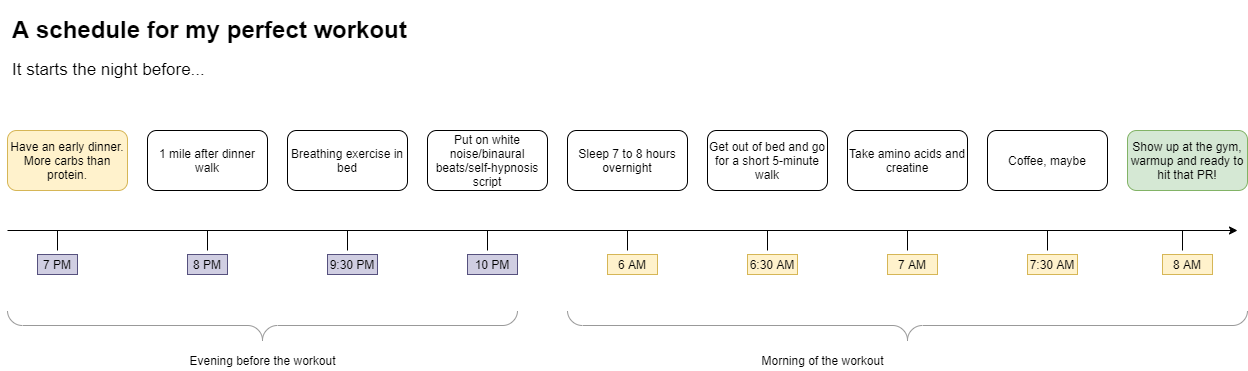
Before: pictures/routine.drawio.png, a diagram exported from draw.io (aarora79/blueberries-in-my-salad-book). Source tidied: cells renumbered, new cells last; positions are measured from the earlier drawing's top-left corner, leaving out a move shared by most shapes.
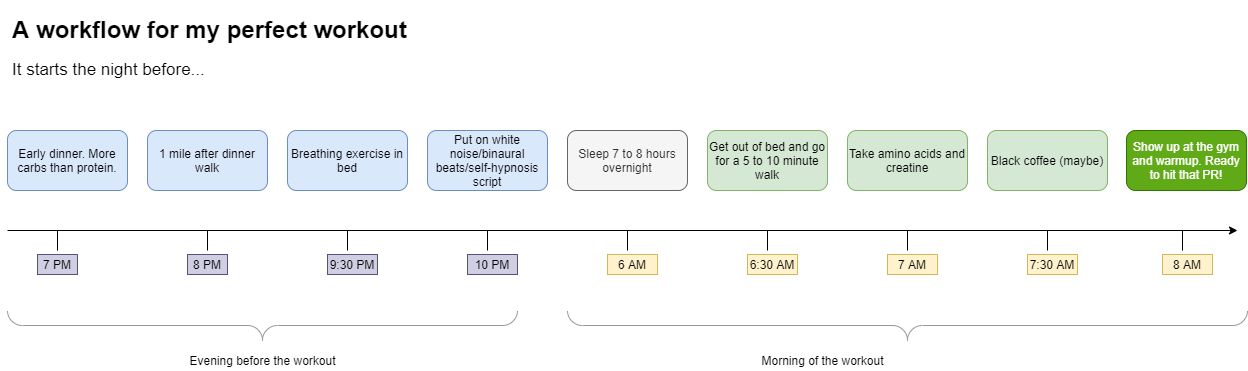
The same file after the commit.

Commit message:
update workflow workout

Change to the diagram source:
```diff
@@ -2,35 +2,35 @@
   <root>
     <mxCell id="0" />
     <mxCell id="1" parent="0" />
-    <mxCell id="2" value="&lt;h1&gt;A schedule for my perfect workout&lt;/h1&gt;&lt;p&gt;&lt;font style=&quot;font-size: 17px&quot;&gt;It starts the night before...&lt;/font&gt;&lt;/p&gt;" style="text;html=1;strokeColor=none;fillColor=none;spacing=5;spacingTop=-20;whiteSpace=wrap;overflow=hidden;rounded=0;" parent="1" vertex="1">
+    <mxCell id="2" value="&lt;h1&gt;A workflow for my perfect workout&lt;/h1&gt;&lt;p&gt;&lt;font style=&quot;font-size: 17px&quot;&gt;It starts the night before...&lt;/font&gt;&lt;/p&gt;" style="text;html=1;strokeColor=none;fillColor=none;spacing=5;spacingTop=-20;whiteSpace=wrap;overflow=hidden;rounded=0;" parent="1" vertex="1">
       <mxGeometry width="470" height="120" as="geometry" />
     </mxCell>
-    <mxCell id="3" value="Have an early dinner. More carbs than protein." style="rounded=1;whiteSpace=wrap;html=1;fillColor=#fff2cc;strokeColor=#d6b656;" parent="1" vertex="1">
+    <mxCell id="3" value="Early dinner. More carbs than protein." style="rounded=1;whiteSpace=wrap;html=1;fillColor=#dae8fc;strokeColor=#6c8ebf;" parent="1" vertex="1">
       <mxGeometry y="120" width="120" height="60" as="geometry" />
     </mxCell>
-    <mxCell id="4" value="1 mile after dinner walk" style="rounded=1;whiteSpace=wrap;html=1;" parent="1" vertex="1">
+    <mxCell id="4" value="1 mile after dinner walk" style="rounded=1;whiteSpace=wrap;html=1;fillColor=#dae8fc;strokeColor=#6c8ebf;" parent="1" vertex="1">
       <mxGeometry x="140" y="120" width="120" height="60" as="geometry" />
     </mxCell>
-    <mxCell id="5" value="Breathing exercise in bed" style="rounded=1;whiteSpace=wrap;html=1;" parent="1" vertex="1">
+    <mxCell id="5" value="Breathing exercise in bed" style="rounded=1;whiteSpace=wrap;html=1;fillColor=#dae8fc;strokeColor=#6c8ebf;" parent="1" vertex="1">
       <mxGeometry x="280" y="120" width="120" height="60" as="geometry" />
     </mxCell>
-    <mxCell id="6" value="Put on white noise/binaural beats/self-hypnosis script" style="rounded=1;whiteSpace=wrap;html=1;" parent="1" vertex="1">
+    <mxCell id="6" value="Put on white noise/binaural beats/self-hypnosis script" style="rounded=1;whiteSpace=wrap;html=1;fillColor=#dae8fc;strokeColor=#6c8ebf;" parent="1" vertex="1">
       <mxGeometry x="420" y="120" width="120" height="60" as="geometry" />
     </mxCell>
-    <mxCell id="7" value="Sleep 7 to 8 hours overnight" style="rounded=1;whiteSpace=wrap;html=1;" parent="1" vertex="1">
+    <mxCell id="7" value="Sleep 7 to 8 hours overnight" style="rounded=1;whiteSpace=wrap;html=1;fillColor=#f5f5f5;strokeColor=#666666;fontColor=#333333;" parent="1" vertex="1">
       <mxGeometry x="560" y="120" width="120" height="60" as="geometry" />
     </mxCell>
-    <mxCell id="8" value="Get out of bed and go for a short 5-minute walk" style="rounded=1;whiteSpace=wrap;html=1;" parent="1" vertex="1">
+    <mxCell id="8" value="Get out of bed and go for a 5 to 10 minute walk" style="rounded=1;whiteSpace=wrap;html=1;fillColor=#d5e8d4;strokeColor=#82b366;" parent="1" vertex="1">
       <mxGeometry x="700" y="120" width="120" height="60" as="geometry" />
     </mxCell>
-    <mxCell id="9" value="Take amino acids and creatine" style="rounded=1;whiteSpace=wrap;html=1;" parent="1" vertex="1">
+    <mxCell id="9" value="Take amino acids and creatine" style="rounded=1;whiteSpace=wrap;html=1;fillColor=#d5e8d4;strokeColor=#82b366;" parent="1" vertex="1">
       <mxGeometry x="840" y="120" width="120" height="60" as="geometry" />
     </mxCell>
-    <mxCell id="10" value="Coffee, maybe" style="rounded=1;whiteSpace=wrap;html=1;" parent="1" vertex="1">
+    <mxCell id="10" value="Black coffee (maybe)" style="rounded=1;whiteSpace=wrap;html=1;fillColor=#d5e8d4;strokeColor=#82b366;" parent="1" vertex="1">
       <mxGeometry x="980" y="120" width="120" height="60" as="geometry" />
     </mxCell>
-    <mxCell id="11" value="Show up at the gym, warmup and ready to hit that PR!" style="rounded=1;whiteSpace=wrap;html=1;fillColor=#d5e8d4;strokeColor=#82b366;" parent="1" vertex="1">
-      <mxGeometry x="1120" y="120" width="120" height="60" as="geometry" />
+    <mxCell id="11" value="Show up at the gym and warmup. Ready to hit that PR!" style="rounded=1;whiteSpace=wrap;html=1;fillColor=#60a917;strokeColor=#2D7600;fontColor=#ffffff;" parent="1" vertex="1">
+      <mxGeometry x="1119" y="120" width="120" height="60" as="geometry" />
     </mxCell>
     <mxCell id="12" style="endArrow=classic;html=1;" parent="1" edge="1">
       <mxGeometry relative="1" as="geometry">
```
